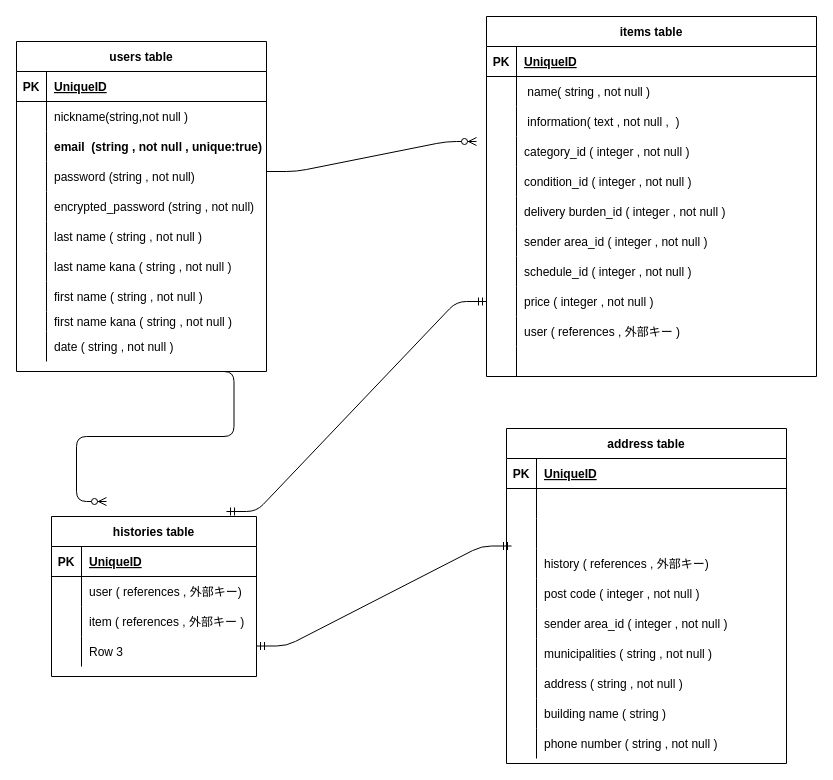
This is furima.dio from Geny1005/furima-38507, a draw.io file, before an edit. Source tidied: cells renumbered, new cells numbered last; positions are measured from the earlier drawing's top-left corner, leaving out a move shared by most shapes. Both pictures are drawn from the tidied source at 100%, with x=0, y=0 at pixel (16, 16).
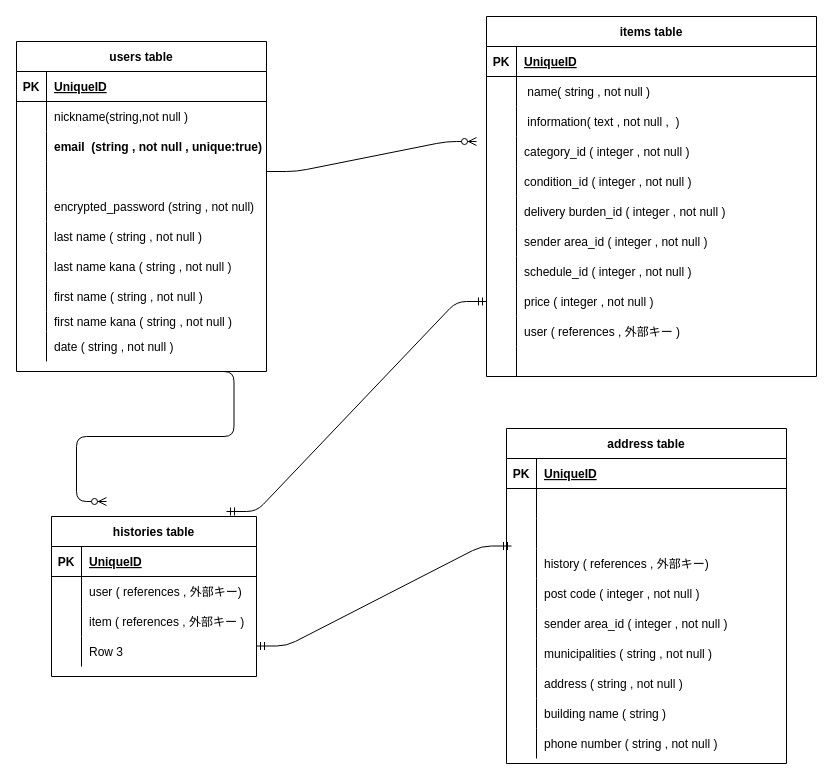
After the change.

Commit message (it also covers changes not shown here):
データベース設計

The change refers to these unchanged cells:
```xml
<mxCell id="12" style="shape=partialRectangle;fillColor=none;top=0;left=0;bottom=0;right=0;" parent="2" vertex="1">
  <mxGeometry y="120" width="250" height="30" as="geometry" />
</mxCell>
```

The edit, as a diff of the source:
```diff
@@
-    <mxCell id="14" value="password (string , not null)" style="shape=partialRectangle;fillColor=none;top=0;left=0;bottom=0;right=0;align=left;spacingLeft=6;overflow=hidden;" parent="12" vertex="1">
+    <mxCell id="14" style="shape=partialRectangle;fillColor=none;top=0;left=0;bottom=0;right=0;align=left;spacingLeft=6;overflow=hidden;" parent="12" vertex="1">
       <mxGeometry x="30" width="220" height="30" as="geometry" />
     </mxCell>
```
